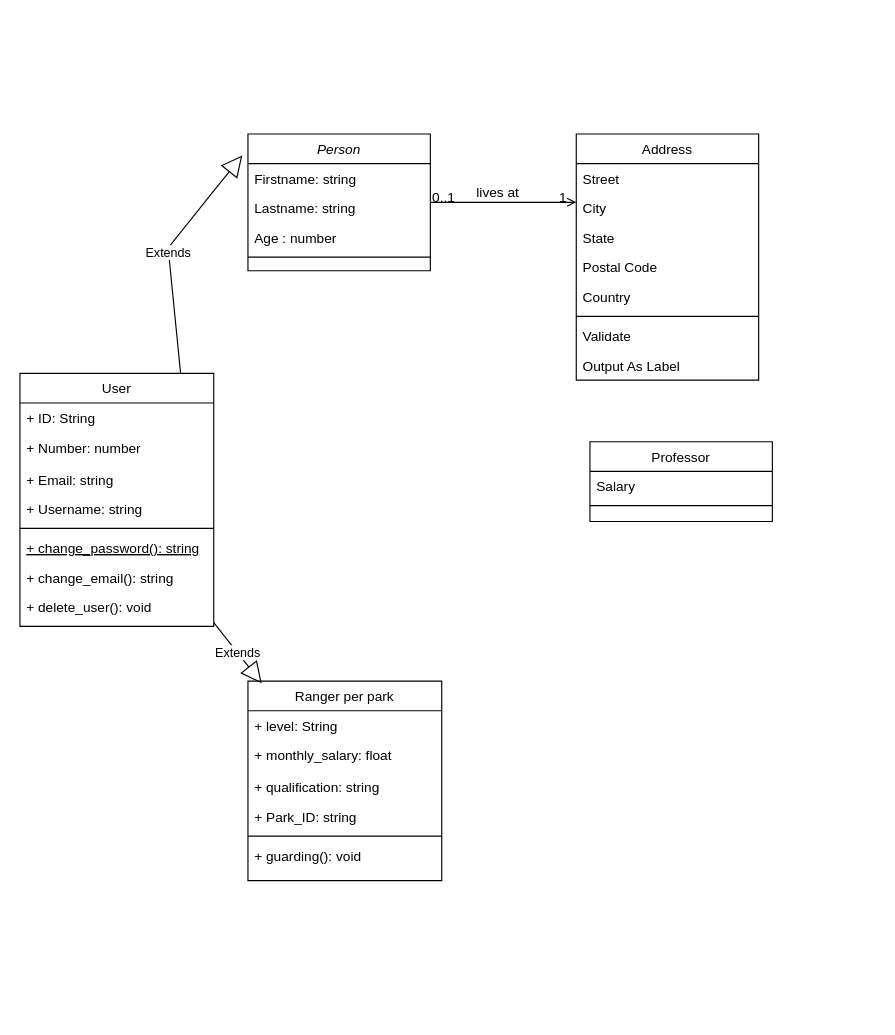
Above: national_parks.drawio in Ndzile/national_parks (draw.io), before the change. Source tidied: cells renumbered, new cells numbered last; positions are measured from the earlier drawing's top-left corner, leaving out a move shared by most shapes. Both pictures are drawn from the tidied source at 114%, with x=0, y=0 at pixel (19, 133).
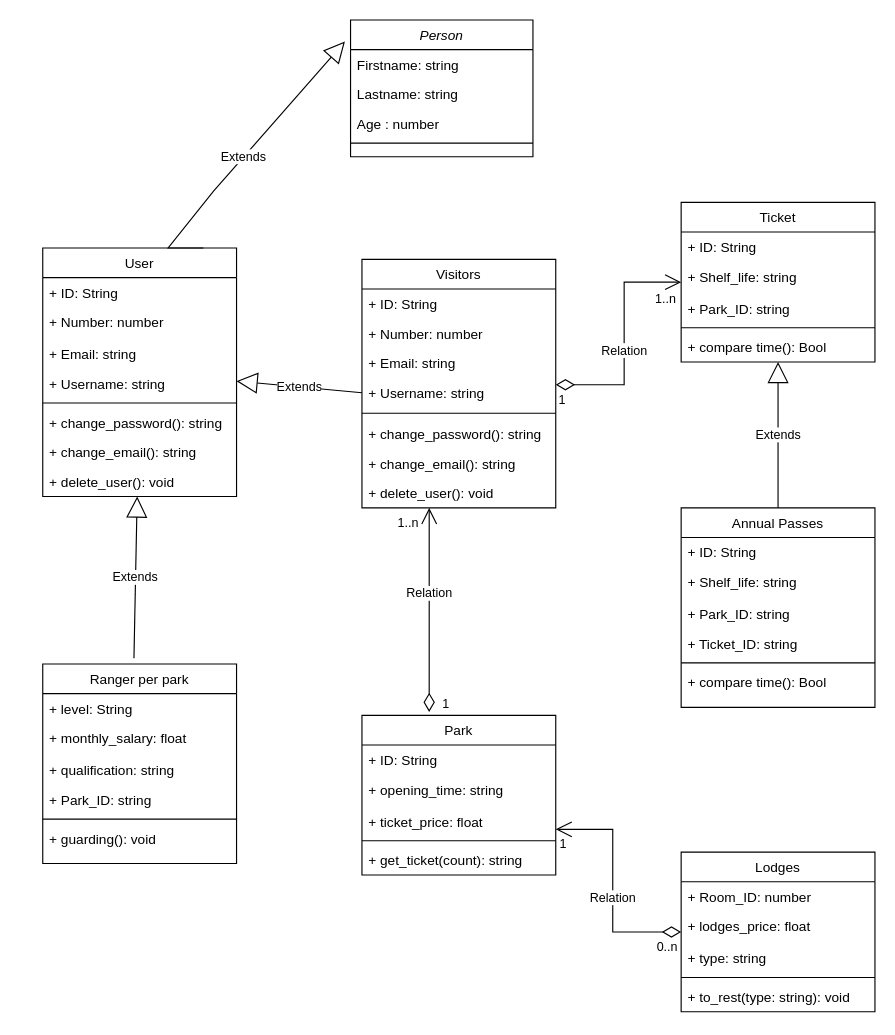
The same page after the edit.

Commit message:
Mettre à jour national_parks.drawio

The edit, as a diff of the source:
```diff
@@
     <mxCell id="2" value="Person" style="swimlane;fontStyle=2;align=center;verticalAlign=top;horizontal=1;startSize=26;rounded=0;shadow=0;strokeWidth=1;" parent="1" vertex="1">
-      <mxGeometry x="200" width="160" height="120" as="geometry" />
+      <mxGeometry x="290" y="-100" width="160" height="120" as="geometry" />
     </mxCell>
@@
     <mxCell id="7" value="User" style="swimlane;fontStyle=0;align=center;verticalAlign=top;horizontal=1;startSize=26;rounded=0;shadow=0;strokeWidth=1;" parent="1" vertex="1">
-      <mxGeometry y="210" width="170" height="222" as="geometry" />
+      <mxGeometry x="20" y="100" width="170" height="218" as="geometry" />
     </mxCell>
@@
-    <mxCell id="13" value="+ change_password(): string" style="text;align=left;verticalAlign=top;spacingLeft=4;spacingRight=4;overflow=hidden;fontStyle=4;" parent="7" vertex="1">
-      <mxGeometry y="140" width="170" height="26" as="geometry" />
-    </mxCell>
+    <mxCell id="41" value="+ change_password(): string" style="text;align=left;verticalAlign=top;spacingLeft=4;spacingRight=4;overflow=hidden;" parent="7" vertex="1">
+      <mxGeometry y="140" width="170" height="26" as="geometry" />
+    </mxCell>
@@
-    <mxCell id="16" value="Professor" style="swimlane;fontStyle=0;align=center;verticalAlign=top;horizontal=1;startSize=26;rounded=0;shadow=0;strokeWidth=1;" parent="1" vertex="1">
-      <mxGeometry x="500" y="270" width="160" height="70" as="geometry" />
+    <mxCell id="16" value="Visitors" style="swimlane;fontStyle=0;align=center;verticalAlign=top;horizontal=1;startSize=26;rounded=0;shadow=0;strokeWidth=1;" parent="1" vertex="1">
+      <mxGeometry x="300" y="110" width="170" height="218" as="geometry" />
     </mxCell>
+    <mxCell id="42" value="+ ID: String" style="text;align=left;verticalAlign=top;spacingLeft=4;spacingRight=4;overflow=hidden;" parent="16" vertex="1">
+      <mxGeometry y="26" width="170" height="26" as="geometry" />
+    </mxCell>
-    <mxCell id="17" value="Salary" style="text;align=left;verticalAlign=top;spacingLeft=4;spacingRight=4;overflow=hidden;" parent="16" vertex="1">
-      <mxGeometry y="26" width="160" height="26" as="geometry" />
+    <mxCell id="17" value="+ Number: number" style="text;align=left;verticalAlign=top;spacingLeft=4;spacingRight=4;overflow=hidden;" parent="16" vertex="1">
+      <mxGeometry y="52" width="170" height="26" as="geometry" />
     </mxCell>
+    <mxCell id="43" value="+ Email: string" style="text;align=left;verticalAlign=top;spacingLeft=4;spacingRight=4;overflow=hidden;" parent="16" vertex="1">
+      <mxGeometry y="78" width="170" height="26" as="geometry" />
+    </mxCell>
+    <mxCell id="44" value="+ Username: string" style="text;align=left;verticalAlign=top;spacingLeft=4;spacingRight=4;overflow=hidden;points=[[0,0.5],[1,0.5]];portConstraint=eastwest;" parent="16" vertex="1">
+      <mxGeometry y="104" width="170" height="26" as="geometry" />
+    </mxCell>
     <mxCell id="18" style="line;html=1;strokeWidth=1;align=left;verticalAlign=middle;spacingTop=-1;spacingLeft=3;spacingRight=3;labelPosition=right;" parent="16" vertex="1">
-      <mxGeometry y="52" width="160" height="8" as="geometry" />
+      <mxGeometry y="130" width="170" height="10" as="geometry" />
     </mxCell>
-    <mxCell id="19" value="Address" style="swimlane;fontStyle=0;align=center;verticalAlign=top;horizontal=1;startSize=26;rounded=0;shadow=0;strokeWidth=1;" parent="1" vertex="1">
-      <mxGeometry x="488" width="160" height="216" as="geometry" />
-    </mxCell>
-    <mxCell id="20" value="Street" style="text;align=left;verticalAlign=top;spacingLeft=4;spacingRight=4;overflow=hidden;" parent="19" vertex="1">
-      <mxGeometry y="26" width="160" height="26" as="geometry" />
-    </mxCell>
-    <mxCell id="21" value="City" style="text;align=left;verticalAlign=top;spacingLeft=4;spacingRight=4;overflow=hidden;rounded=0;shadow=0;html=0;" parent="19" vertex="1">
-      <mxGeometry y="52" width="160" height="26" as="geometry" />
-    </mxCell>
-    <mxCell id="22" value="State" style="text;align=left;verticalAlign=top;spacingLeft=4;spacingRight=4;overflow=hidden;rounded=0;shadow=0;html=0;" parent="19" vertex="1">
-      <mxGeometry y="78" width="160" height="26" as="geometry" />
-    </mxCell>
-    <mxCell id="23" value="Postal Code" style="text;align=left;verticalAlign=top;spacingLeft=4;spacingRight=4;overflow=hidden;rounded=0;shadow=0;html=0;" parent="19" vertex="1">
-      <mxGeometry y="104" width="160" height="26" as="geometry" />
-    </mxCell>
-    <mxCell id="24" value="Country" style="text;align=left;verticalAlign=top;spacingLeft=4;spacingRight=4;overflow=hidden;rounded=0;shadow=0;html=0;" parent="19" vertex="1">
-      <mxGeometry y="130" width="160" height="26" as="geometry" />
-    </mxCell>
-    <mxCell id="25" style="line;html=1;strokeWidth=1;align=left;verticalAlign=middle;spacingTop=-1;spacingLeft=3;spacingRight=3;labelPosition=right;" parent="19" vertex="1">
-      <mxGeometry y="156" width="160" height="8" as="geometry" />
-    </mxCell>
-    <mxCell id="26" value="Validate" style="text;align=left;verticalAlign=top;spacingLeft=4;spacingRight=4;overflow=hidden;" parent="19" vertex="1">
-      <mxGeometry y="164" width="160" height="26" as="geometry" />
-    </mxCell>
-    <mxCell id="27" value="Output As Label" style="text;align=left;verticalAlign=top;spacingLeft=4;spacingRight=4;overflow=hidden;" parent="19" vertex="1">
-      <mxGeometry y="190" width="160" height="26" as="geometry" />
-    </mxCell>
-    <mxCell id="28" style="endArrow=open;shadow=0;strokeWidth=1;rounded=0;endFill=1;edgeStyle=elbowEdgeStyle;elbow=vertical;" parent="1" edge="1" source="2" target="19">
-      <mxGeometry x="0.5" y="41" relative="1" as="geometry">
-        <mxPoint x="-40" y="32" as="offset" />
-      </mxGeometry>
-    </mxCell>
-    <mxCell id="29" value="0..1" style="align=left;verticalAlign=bottom;labelBackgroundColor=none;fontSize=12;" parent="28" vertex="1">
-      <mxGeometry x="-1" relative="1" as="geometry">
-        <mxPoint y="4" as="offset" />
-      </mxGeometry>
-    </mxCell>
-    <mxCell id="30" value="1" style="align=right;verticalAlign=bottom;labelBackgroundColor=none;fontSize=12;" parent="28" vertex="1">
-      <mxGeometry x="1" relative="1" as="geometry">
-        <mxPoint x="-7" y="4" as="offset" />
-      </mxGeometry>
-    </mxCell>
-    <mxCell id="31" value="lives at" style="text;html=1;align=center;verticalAlign=middle;labelBackgroundColor=none;rounded=0;shadow=0;strokeWidth=1;fontSize=12;" parent="28" vertex="1">
-      <mxGeometry x="0.5" y="49" relative="1" as="geometry">
-        <mxPoint x="-38" y="40" as="offset" />
-      </mxGeometry>
-    </mxCell>
+    <mxCell id="45" value="+ change_password(): string" style="text;align=left;verticalAlign=top;spacingLeft=4;spacingRight=4;overflow=hidden;" parent="16" vertex="1">
+      <mxGeometry y="140" width="170" height="26" as="geometry" />
+    </mxCell>
+    <mxCell id="46" value="+ change_email(): string" style="text;align=left;verticalAlign=top;spacingLeft=4;spacingRight=4;overflow=hidden;" parent="16" vertex="1">
+      <mxGeometry y="166" width="170" height="26" as="geometry" />
+    </mxCell>
+    <mxCell id="47" value="+ delete_user(): void" style="text;align=left;verticalAlign=top;spacingLeft=4;spacingRight=4;overflow=hidden;" parent="16" vertex="1">
+      <mxGeometry y="192" width="170" height="26" as="geometry" />
+    </mxCell>
     <mxCell id="32" value="Ranger per park" style="swimlane;fontStyle=0;align=center;verticalAlign=top;horizontal=1;startSize=26;rounded=0;shadow=0;strokeWidth=1;" parent="1" vertex="1">
-      <mxGeometry x="200" y="480" width="170" height="175" as="geometry" />
+      <mxGeometry x="20" y="465" width="170" height="175" as="geometry" />
     </mxCell>
@@
-    <mxCell id="39" value="Extends" style="endArrow=block;endSize=16;endFill=0;html=1;rounded=0;entryX=0.071;entryY=0.011;entryDx=0;entryDy=0;entryPerimeter=0;" parent="1" edge="1" source="7" target="32">
-      <mxGeometry relative="1" as="geometry" />
+    <mxCell id="39" value="Extends" style="endArrow=block;endSize=16;endFill=0;html=1;rounded=0;" parent="1" edge="1" target="7">
+      <mxGeometry relative="1" as="geometry">
+        <mxPoint x="100" y="460" as="sourcePoint" />
+      </mxGeometry>
     </mxCell>
@@
+    <mxCell id="48" value="Park" style="swimlane;fontStyle=0;align=center;verticalAlign=top;horizontal=1;startSize=26;rounded=0;shadow=0;strokeWidth=1;" parent="1" vertex="1">
+      <mxGeometry x="300" y="510" width="170" height="140" as="geometry" />
+    </mxCell>
+    <mxCell id="49" value="+ ID: String" style="text;align=left;verticalAlign=top;spacingLeft=4;spacingRight=4;overflow=hidden;" parent="48" vertex="1">
+      <mxGeometry y="26" width="170" height="26" as="geometry" />
+    </mxCell>
+    <mxCell id="50" value="+ opening_time: string" style="text;align=left;verticalAlign=top;spacingLeft=4;spacingRight=4;overflow=hidden;rounded=0;shadow=0;html=0;" parent="48" vertex="1">
+      <mxGeometry y="52" width="170" height="28" as="geometry" />
+    </mxCell>
+    <mxCell id="51" value="+ ticket_price: float" style="text;align=left;verticalAlign=top;spacingLeft=4;spacingRight=4;overflow=hidden;rounded=0;shadow=0;html=0;" parent="48" vertex="1">
+      <mxGeometry y="80" width="170" height="26" as="geometry" />
+    </mxCell>
+    <mxCell id="52" style="line;html=1;strokeWidth=1;align=left;verticalAlign=middle;spacingTop=-1;spacingLeft=3;spacingRight=3;labelPosition=right;" parent="48" vertex="1">
+      <mxGeometry y="106" width="170" height="8" as="geometry" />
+    </mxCell>
+    <mxCell id="53" value="+ get_ticket(count): string" style="text;align=left;verticalAlign=top;spacingLeft=4;spacingRight=4;overflow=hidden;" parent="48" vertex="1">
+      <mxGeometry y="114" width="170" height="26" as="geometry" />
+    </mxCell>
+    <mxCell id="54" value="Lodges" style="swimlane;fontStyle=0;align=center;verticalAlign=top;horizontal=1;startSize=26;rounded=0;shadow=0;strokeWidth=1;" parent="1" vertex="1">
+      <mxGeometry x="580" y="630" width="170" height="140" as="geometry" />
+    </mxCell>
+    <mxCell id="55" value="+ Room_ID: number" style="text;align=left;verticalAlign=top;spacingLeft=4;spacingRight=4;overflow=hidden;" parent="54" vertex="1">
+      <mxGeometry y="26" width="170" height="26" as="geometry" />
+    </mxCell>
+    <mxCell id="56" value="+ lodges_price: float" style="text;align=left;verticalAlign=top;spacingLeft=4;spacingRight=4;overflow=hidden;rounded=0;shadow=0;html=0;" parent="54" vertex="1">
+      <mxGeometry y="52" width="170" height="28" as="geometry" />
+    </mxCell>
+    <mxCell id="57" value="+ type: string" style="text;align=left;verticalAlign=top;spacingLeft=4;spacingRight=4;overflow=hidden;rounded=0;shadow=0;html=0;" parent="54" vertex="1">
+      <mxGeometry y="80" width="170" height="26" as="geometry" />
+    </mxCell>
+    <mxCell id="58" style="line;html=1;strokeWidth=1;align=left;verticalAlign=middle;spacingTop=-1;spacingLeft=3;spacingRight=3;labelPosition=right;" parent="54" vertex="1">
+      <mxGeometry y="106" width="170" height="8" as="geometry" />
+    </mxCell>
+    <mxCell id="59" value="+ to_rest(type: string): void" style="text;align=left;verticalAlign=top;spacingLeft=4;spacingRight=4;overflow=hidden;" parent="54" vertex="1">
+      <mxGeometry y="114" width="170" height="26" as="geometry" />
+    </mxCell>
+    <mxCell id="60" value="Ticket" style="swimlane;fontStyle=0;align=center;verticalAlign=top;horizontal=1;startSize=26;rounded=0;shadow=0;strokeWidth=1;" parent="1" vertex="1">
+      <mxGeometry x="580" y="60" width="170" height="140" as="geometry" />
+    </mxCell>
+    <mxCell id="61" value="+ ID: String" style="text;align=left;verticalAlign=top;spacingLeft=4;spacingRight=4;overflow=hidden;" parent="60" vertex="1">
+      <mxGeometry y="26" width="170" height="26" as="geometry" />
+    </mxCell>
+    <mxCell id="62" value="+ Shelf_life: string" style="text;align=left;verticalAlign=top;spacingLeft=4;spacingRight=4;overflow=hidden;rounded=0;shadow=0;html=0;" parent="60" vertex="1">
+      <mxGeometry y="52" width="170" height="28" as="geometry" />
+    </mxCell>
+    <mxCell id="63" value="+ Park_ID: string" style="text;align=left;verticalAlign=top;spacingLeft=4;spacingRight=4;overflow=hidden;rounded=0;shadow=0;html=0;" parent="60" vertex="1">
+      <mxGeometry y="80" width="170" height="26" as="geometry" />
+    </mxCell>
+    <mxCell id="64" style="line;html=1;strokeWidth=1;align=left;verticalAlign=middle;spacingTop=-1;spacingLeft=3;spacingRight=3;labelPosition=right;" parent="60" vertex="1">
+      <mxGeometry y="106" width="170" height="8" as="geometry" />
+    </mxCell>
+    <mxCell id="65" value="+ compare time(): Bool" style="text;align=left;verticalAlign=top;spacingLeft=4;spacingRight=4;overflow=hidden;" parent="60" vertex="1">
+      <mxGeometry y="114" width="170" height="26" as="geometry" />
+    </mxCell>
+    <mxCell id="66" value="Annual Passes" style="swimlane;fontStyle=0;align=center;verticalAlign=top;horizontal=1;startSize=26;rounded=0;shadow=0;strokeWidth=1;" parent="1" vertex="1">
+      <mxGeometry x="580" y="328" width="170" height="175" as="geometry" />
+    </mxCell>
+    <mxCell id="67" value="+ ID: String" style="text;align=left;verticalAlign=top;spacingLeft=4;spacingRight=4;overflow=hidden;" parent="66" vertex="1">
+      <mxGeometry y="26" width="170" height="26" as="geometry" />
+    </mxCell>
+    <mxCell id="68" value="+ Shelf_life: string" style="text;align=left;verticalAlign=top;spacingLeft=4;spacingRight=4;overflow=hidden;rounded=0;shadow=0;html=0;" parent="66" vertex="1">
+      <mxGeometry y="52" width="170" height="28" as="geometry" />
+    </mxCell>
+    <mxCell id="69" value="+ Park_ID: string" style="text;align=left;verticalAlign=top;spacingLeft=4;spacingRight=4;overflow=hidden;rounded=0;shadow=0;html=0;" parent="66" vertex="1">
+      <mxGeometry y="80" width="170" height="26" as="geometry" />
+    </mxCell>
+    <mxCell id="70" value="+ Ticket_ID: string" style="text;align=left;verticalAlign=top;spacingLeft=4;spacingRight=4;overflow=hidden;rounded=0;shadow=0;html=0;" parent="66" vertex="1">
+      <mxGeometry y="106" width="170" height="26" as="geometry" />
+    </mxCell>
+    <mxCell id="71" style="line;html=1;strokeWidth=1;align=left;verticalAlign=middle;spacingTop=-1;spacingLeft=3;spacingRight=3;labelPosition=right;" parent="66" vertex="1">
+      <mxGeometry y="132" width="170" height="8" as="geometry" />
+    </mxCell>
+    <mxCell id="72" value="+ compare time(): Bool" style="text;align=left;verticalAlign=top;spacingLeft=4;spacingRight=4;overflow=hidden;" parent="66" vertex="1">
+      <mxGeometry y="140" width="170" height="26" as="geometry" />
+    </mxCell>
+    <mxCell id="73" value="Extends" style="endArrow=block;endSize=16;endFill=0;html=1;rounded=0;exitX=0;exitY=0.5;exitDx=0;exitDy=0;" parent="1" edge="1" source="44" target="7">
+      <mxGeometry relative="1" as="geometry" />
+    </mxCell>
+    <mxCell id="74" value="Extends" style="endArrow=block;endSize=16;endFill=0;html=1;rounded=0;exitX=0.5;exitY=0;exitDx=0;exitDy=0;" parent="1" edge="1" source="66" target="60">
+      <mxGeometry relative="1" as="geometry" />
+    </mxCell>
+    <mxCell id="75" value="Relation" style="endArrow=open;html=1;endSize=12;startArrow=diamondThin;startSize=14;startFill=0;edgeStyle=orthogonalEdgeStyle;rounded=0;exitX=0.347;exitY=-0.021;exitDx=0;exitDy=0;exitPerimeter=0;" parent="1" edge="1" source="48" target="16">
+      <mxGeometry x="0.16" relative="1" as="geometry">
+        <Array as="points">
+          <mxPoint x="359" y="400" />
+          <mxPoint x="359" y="400" />
+        </Array>
+      </mxGeometry>
+    </mxCell>
+    <mxCell id="76" value="1" style="edgeLabel;html=1;align=left;verticalAlign=top;" parent="75" vertex="1">
+      <mxGeometry x="-1" relative="1" as="geometry">
+        <mxPoint x="10" y="-20" as="offset" />
+      </mxGeometry>
+    </mxCell>
+    <mxCell id="77" value="1..n" style="edgeLabel;html=1;align=right;verticalAlign=top;" parent="75" vertex="1">
+      <mxGeometry x="1" relative="1" as="geometry">
+        <mxPoint x="-9" as="offset" />
+      </mxGeometry>
+    </mxCell>
+    <mxCell id="78" value="Relation" style="endArrow=open;html=1;endSize=12;startArrow=diamondThin;startSize=14;startFill=0;edgeStyle=orthogonalEdgeStyle;rounded=0;" parent="1" edge="1" source="54" target="48">
+      <mxGeometry x="-0.1" relative="1" as="geometry">
+        <Array as="points">
+          <mxPoint x="520" y="700" />
+          <mxPoint x="520" y="610" />
+        </Array>
+      </mxGeometry>
+    </mxCell>
+    <mxCell id="79" value="0..n" style="edgeLabel;html=1;align=left;verticalAlign=top;" parent="78" vertex="1">
+      <mxGeometry x="-1" relative="1" as="geometry">
+        <mxPoint x="-23" as="offset" />
+      </mxGeometry>
+    </mxCell>
+    <mxCell id="80" value="1" style="edgeLabel;html=1;align=right;verticalAlign=top;" parent="78" vertex="1">
+      <mxGeometry x="1" relative="1" as="geometry">
+        <mxPoint x="10" as="offset" />
+      </mxGeometry>
+    </mxCell>
+    <mxCell id="81" value="Relation" style="endArrow=open;html=1;endSize=12;startArrow=diamondThin;startSize=14;startFill=0;edgeStyle=orthogonalEdgeStyle;rounded=0;" parent="1" edge="1" source="16" target="60">
+      <mxGeometry x="-0.1" relative="1" as="geometry">
+        <Array as="points">
+          <mxPoint x="530" y="220" />
+          <mxPoint x="530" y="130" />
+        </Array>
+      </mxGeometry>
+    </mxCell>
+    <mxCell id="82" value="1" style="edgeLabel;html=1;align=left;verticalAlign=top;" parent="81" vertex="1">
+      <mxGeometry x="-1" relative="1" as="geometry">
+        <mxPoint x="1" as="offset" />
+      </mxGeometry>
+    </mxCell>
+    <mxCell id="83" value="1..n" style="edgeLabel;html=1;align=right;verticalAlign=top;" parent="81" vertex="1">
+      <mxGeometry x="1" relative="1" as="geometry">
+        <mxPoint x="-4" y="2" as="offset" />
+      </mxGeometry>
+    </mxCell>
```
